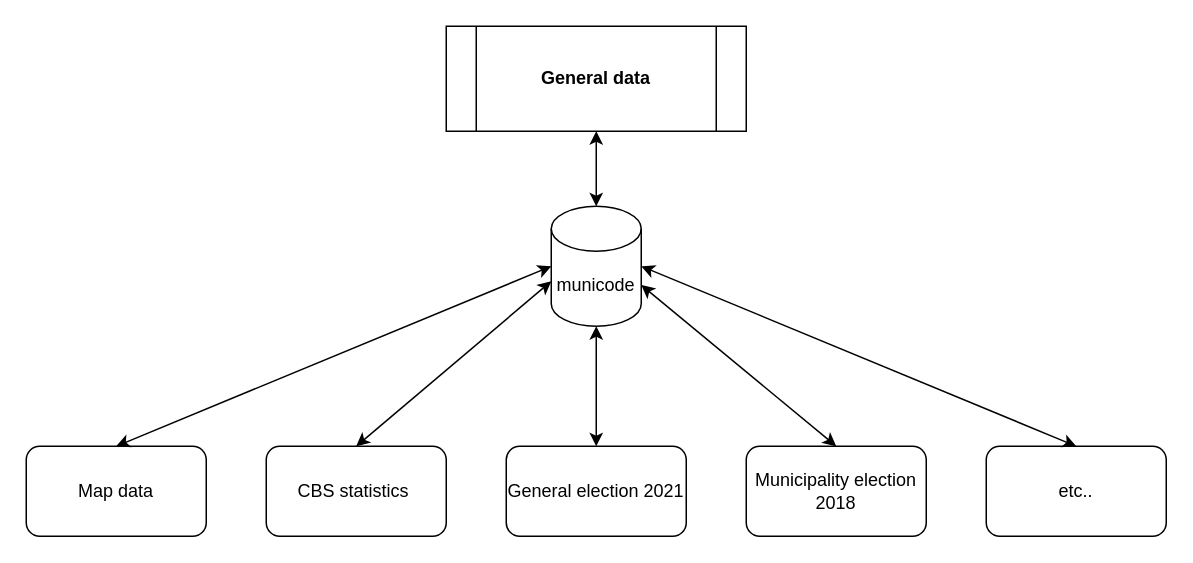
Above: project_structure.drawio in jveldman/Linearity_CBS-Elections (draw.io), before the change. Source tidied: cells renumbered, new cells numbered last; positions are measured from the earlier drawing's top-left corner, leaving out a move shared by most shapes. Both pictures are drawn from the tidied source at 150%, with x=0, y=0 at pixel (26, 26).
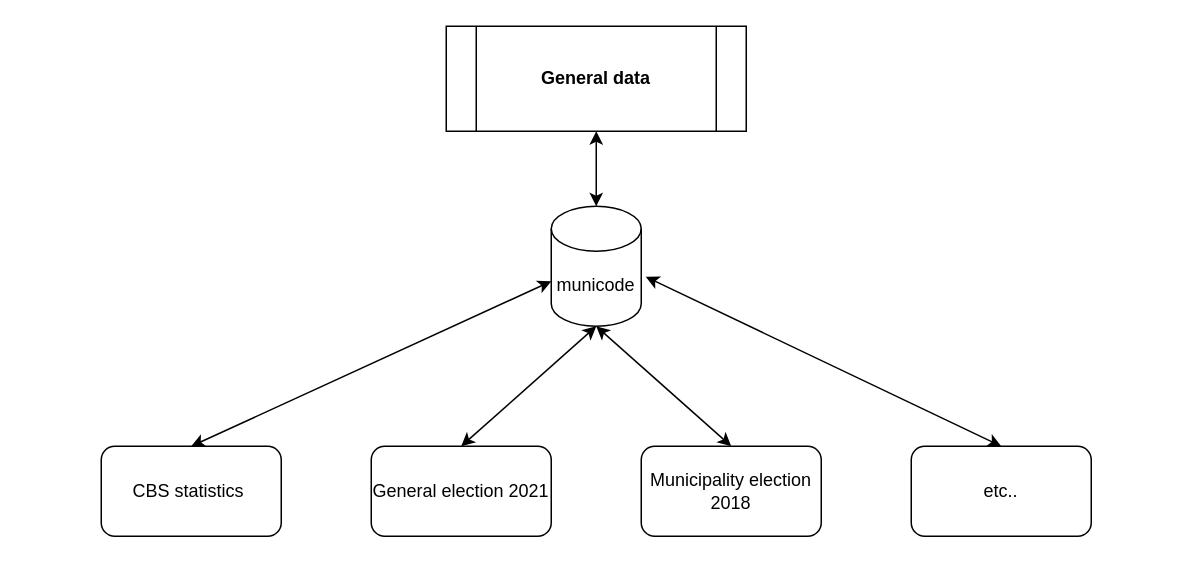
Above is the later version.

Change to the diagram source:
```diff
@@
 <mxGraphModel>
   <root>
     <mxCell id="0" />
     <mxCell id="1" parent="0" />
     <mxCell id="2" value="&lt;b&gt;General data&lt;br&gt;&lt;/b&gt;" style="shape=process;whiteSpace=wrap;html=1;backgroundOutline=1;" parent="1" vertex="1">
       <mxGeometry x="280" width="200" height="70" as="geometry" />
     </mxCell>
-    <mxCell id="3" value="Map data" style="rounded=1;whiteSpace=wrap;html=1;" parent="1" vertex="1">
-      <mxGeometry y="280" width="120" height="60" as="geometry" />
-    </mxCell>
     <mxCell id="4" value="CBS statistics&amp;nbsp;" style="rounded=1;whiteSpace=wrap;html=1;" parent="1" vertex="1">
-      <mxGeometry x="160" y="280" width="120" height="60" as="geometry" />
+      <mxGeometry x="50" y="280" width="120" height="60" as="geometry" />
     </mxCell>
     <mxCell id="5" value="General election 2021" style="rounded=1;whiteSpace=wrap;html=1;" parent="1" vertex="1">
-      <mxGeometry x="320" y="280" width="120" height="60" as="geometry" />
+      <mxGeometry x="230" y="280" width="120" height="60" as="geometry" />
     </mxCell>
     <mxCell id="6" value="Municipality election 2018" style="rounded=1;whiteSpace=wrap;html=1;" parent="1" vertex="1">
-      <mxGeometry x="480" y="280" width="120" height="60" as="geometry" />
+      <mxGeometry x="410" y="280" width="120" height="60" as="geometry" />
     </mxCell>
     <mxCell id="7" value="etc.." style="rounded=1;whiteSpace=wrap;html=1;" parent="1" vertex="1">
-      <mxGeometry x="640" y="280" width="120" height="60" as="geometry" />
+      <mxGeometry x="590" y="280" width="120" height="60" as="geometry" />
     </mxCell>
     <mxCell id="8" value="municode" style="shape=cylinder3;whiteSpace=wrap;html=1;boundedLbl=1;backgroundOutline=1;size=15;" parent="1" vertex="1">
       <mxGeometry x="350" y="120" width="60" height="80" as="geometry" />
     </mxCell>
     <mxCell id="9" style="endArrow=classic;startArrow=classic;html=1;exitX=0.5;exitY=0;exitDx=0;exitDy=0;rounded=0;" parent="1" edge="1" source="4">
       <mxGeometry relative="1" as="geometry">
         <mxPoint x="350" y="170" as="targetPoint" />
       </mxGeometry>
     </mxCell>
-    <mxCell id="10" style="endArrow=classic;startArrow=classic;html=1;exitX=0.5;exitY=1;exitDx=0;exitDy=0;exitPerimeter=0;" parent="1" edge="1" source="8" target="5">
-      <mxGeometry relative="1" as="geometry" />
+    <mxCell id="10" style="endArrow=classic;startArrow=classic;html=1;entryX=0.5;entryY=0;entryDx=0;entryDy=0;" parent="1" edge="1" target="5">
+      <mxGeometry relative="1" as="geometry">
+        <mxPoint x="380" y="200" as="sourcePoint" />
+      </mxGeometry>
     </mxCell>
-    <mxCell id="11" style="endArrow=classic;startArrow=classic;html=1;entryX=1;entryY=0.5;entryDx=0;entryDy=0;exitX=0.5;exitY=0;exitDx=0;exitDy=0;entryPerimeter=0;" parent="1" edge="1" source="7" target="8">
+    <mxCell id="11" style="endArrow=classic;startArrow=classic;html=1;entryX=1.05;entryY=0.588;entryDx=0;entryDy=0;exitX=0.5;exitY=0;exitDx=0;exitDy=0;entryPerimeter=0;" parent="1" edge="1" source="7" target="8">
       <mxGeometry relative="1" as="geometry" />
     </mxCell>
     <mxCell id="12" style="endArrow=classic;startArrow=classic;html=1;entryX=0.5;entryY=1;entryDx=0;entryDy=0;" parent="1" edge="1" source="8" target="2">
       <mxGeometry relative="1" as="geometry" />
     </mxCell>
-    <mxCell id="13" style="endArrow=classic;startArrow=classic;html=1;entryX=0.5;entryY=0;entryDx=0;entryDy=0;exitX=0;exitY=0.5;exitDx=0;exitDy=0;exitPerimeter=0;" parent="1" edge="1" source="8" target="3">
-      <mxGeometry relative="1" as="geometry" />
-    </mxCell>
-    <mxCell id="14" style="endArrow=classic;startArrow=classic;html=1;exitX=0.5;exitY=0;exitDx=0;exitDy=0;rounded=0;entryX=1;entryY=0;entryDx=0;entryDy=52.5;entryPerimeter=0;" parent="1" edge="1" source="6" target="8">
+    <mxCell id="14" style="endArrow=classic;startArrow=classic;html=1;exitX=0.5;exitY=0;exitDx=0;exitDy=0;rounded=0;entryX=0.5;entryY=1;entryDx=0;entryDy=0;entryPerimeter=0;" parent="1" edge="1" source="6" target="8">
       <mxGeometry relative="1" as="geometry" />
     </mxCell>
   </root>
 </mxGraphModel>
```
